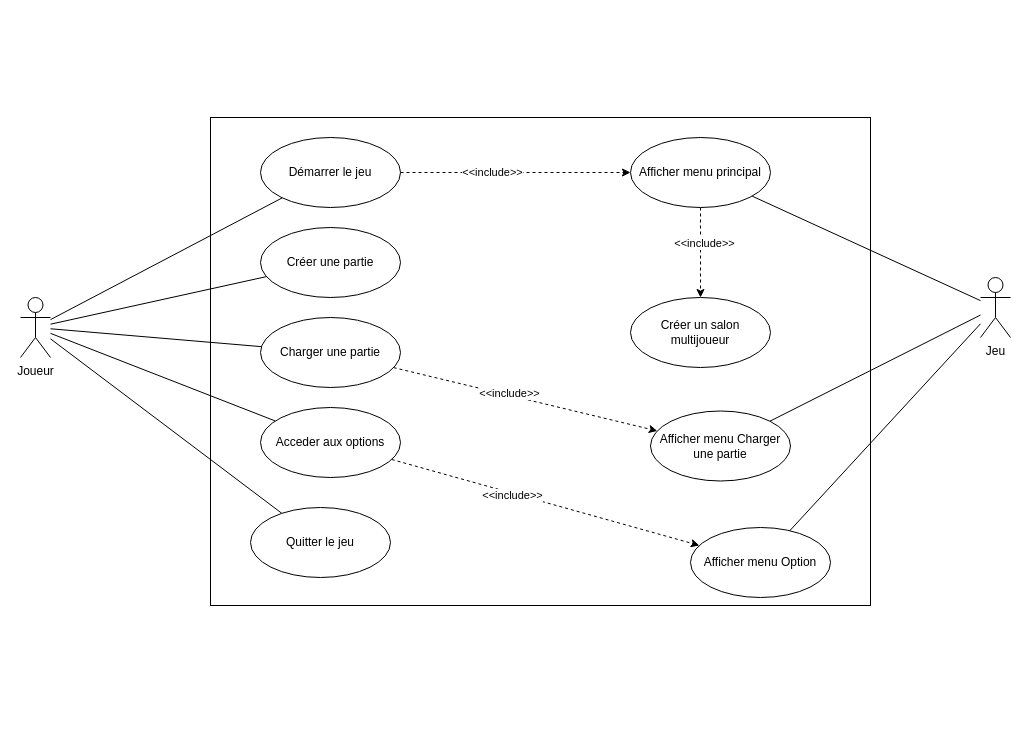
This is Diagrammes/Diagramme cas d'utilisation - Général.drawio from Eoloc/M1MIAGE_ProjetUML, a draw.io file, before an edit. Source tidied: cells renumbered, new cells numbered last; positions are measured from the earlier drawing's top-left corner, leaving out a move shared by most shapes. Both pictures are drawn from the tidied source at 100%, with x=0, y=0 at pixel (20, 117).
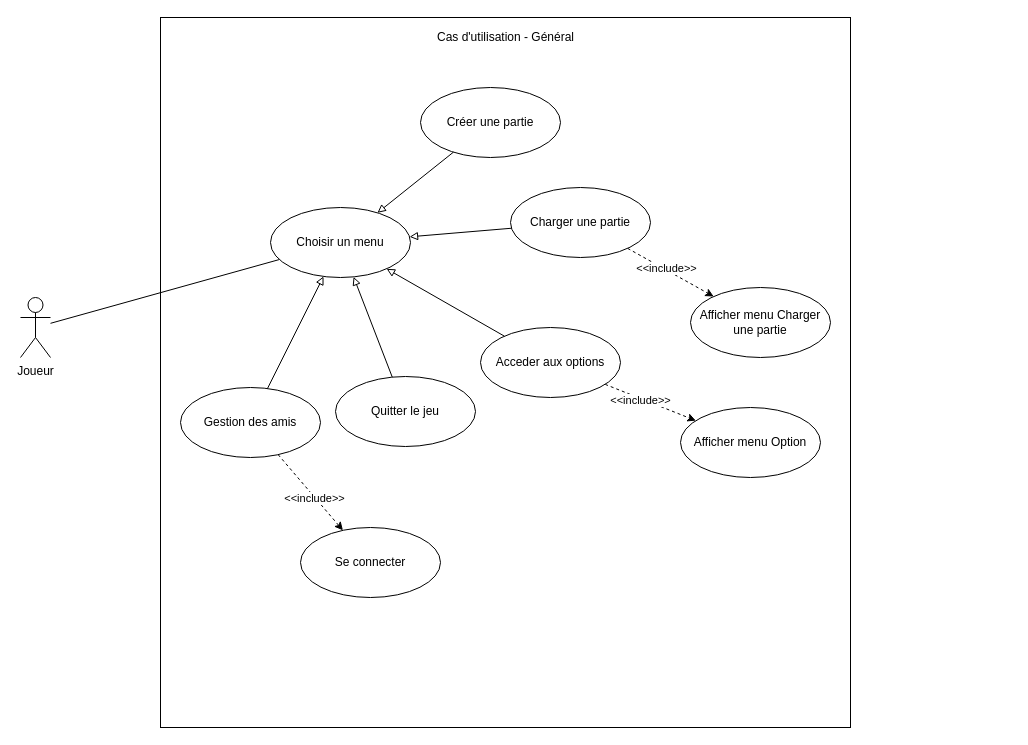
Above is the later version.

Unchanged cells that the change refers to:
```xml
<mxCell id="8" value="Joueur" style="shape=umlActor;verticalLabelPosition=bottom;verticalAlign=top;html=1;outlineConnect=0;" parent="1" vertex="1">
  <mxGeometry y="180" width="30" height="60" as="geometry" />
</mxCell>
```

Diff of the diagram source:
```diff
@@
     <mxCell id="2" style="html=1;" parent="1" vertex="1">
-      <mxGeometry x="190" width="660" height="488" as="geometry" />
+      <mxGeometry x="140" y="-100" width="690" height="710" as="geometry" />
     </mxCell>
-    <mxCell id="3" style="rounded=0;jettySize=auto;html=1;endArrow=none;endFill=0;" parent="1" edge="1" source="8" target="15">
-      <mxGeometry relative="1" as="geometry" />
-    </mxCell>
-    <mxCell id="4" style="edgeStyle=none;rounded=0;jettySize=auto;html=1;endArrow=none;endFill=0;" parent="1" edge="1" source="8" target="23">
-      <mxGeometry relative="1" as="geometry" />
-    </mxCell>
-    <mxCell id="5" style="edgeStyle=none;rounded=0;jettySize=auto;html=1;endArrow=none;endFill=0;" parent="1" edge="1" source="8" target="27">
-      <mxGeometry relative="1" as="geometry" />
-    </mxCell>
-    <mxCell id="6" style="edgeStyle=none;rounded=0;jettySize=auto;html=1;endArrow=none;endFill=0;" parent="1" edge="1" source="8" target="22">
-      <mxGeometry relative="1" as="geometry" />
-    </mxCell>
-    <mxCell id="7" style="edgeStyle=none;rounded=0;jettySize=auto;html=1;endArrow=none;endFill=0;" parent="1" edge="1" source="8" target="28">
-      <mxGeometry relative="1" as="geometry" />
-    </mxCell>
+    <mxCell id="31" style="edgeStyle=none;rounded=0;jettySize=auto;html=1;endArrow=none;endFill=0;" parent="1" edge="1" source="8" target="42">
+      <mxGeometry relative="1" as="geometry" />
+    </mxCell>
@@
-    <mxCell id="9" style="rounded=0;jettySize=auto;html=1;endArrow=none;endFill=0;" parent="1" edge="1" source="12" target="18">
-      <mxGeometry relative="1" as="geometry" />
-    </mxCell>
-    <mxCell id="10" style="rounded=0;jettySize=auto;html=1;endArrow=none;endFill=0;" parent="1" edge="1" source="12" target="29">
-      <mxGeometry relative="1" as="geometry" />
-    </mxCell>
-    <mxCell id="11" style="rounded=0;jettySize=auto;html=1;endArrow=none;endFill=0;" parent="1" edge="1" source="12" target="30">
-      <mxGeometry relative="1" as="geometry" />
-    </mxCell>
-    <mxCell id="12" value="Jeu" style="shape=umlActor;verticalLabelPosition=bottom;verticalAlign=top;html=1;outlineConnect=0;" parent="1" vertex="1">
-      <mxGeometry x="960" y="160" width="30" height="60" as="geometry" />
-    </mxCell>
-    <mxCell id="13" style="edgeStyle=orthogonalEdgeStyle;rounded=0;jettySize=auto;html=1;dashed=1;" parent="1" edge="1" source="15" target="18">
-      <mxGeometry relative="1" as="geometry" />
-    </mxCell>
-    <mxCell id="14" value="&amp;lt;&amp;lt;include&amp;gt;&amp;gt;" style="edgeLabel;html=1;align=center;verticalAlign=middle;" parent="13" vertex="1">
-      <mxGeometry x="-0.21" y="1" relative="1" as="geometry" />
-    </mxCell>
-    <mxCell id="15" value="Démarrer le jeu" style="ellipse;whiteSpace=wrap;html=1;" parent="1" vertex="1">
-      <mxGeometry x="240" y="20" width="140" height="70" as="geometry" />
-    </mxCell>
-    <mxCell id="16" style="edgeStyle=orthogonalEdgeStyle;rounded=0;jettySize=auto;html=1;endArrow=classic;endFill=1;dashed=1;" parent="1" edge="1" source="18" target="19">
-      <mxGeometry relative="1" as="geometry" />
-    </mxCell>
-    <mxCell id="17" value="&amp;lt;&amp;lt;include&amp;gt;&amp;gt;" style="edgeLabel;html=1;align=center;verticalAlign=middle;" parent="16" vertex="1">
-      <mxGeometry x="-0.22" y="3" relative="1" as="geometry" />
-    </mxCell>
-    <mxCell id="18" value="Afficher menu principal" style="ellipse;whiteSpace=wrap;html=1;" parent="1" vertex="1">
-      <mxGeometry x="610" y="20" width="140" height="70" as="geometry" />
-    </mxCell>
-    <mxCell id="19" value="Créer un salon multijoueur" style="ellipse;whiteSpace=wrap;html=1;" parent="1" vertex="1">
-      <mxGeometry x="610" y="180" width="140" height="70" as="geometry" />
-    </mxCell>
@@
     <mxCell id="22" value="Acceder aux options" style="ellipse;whiteSpace=wrap;html=1;" parent="1" vertex="1">
-      <mxGeometry x="240" y="290" width="140" height="70" as="geometry" />
+      <mxGeometry x="460" y="210" width="140" height="70" as="geometry" />
     </mxCell>
     <mxCell id="23" value="Créer une partie" style="ellipse;whiteSpace=wrap;html=1;" parent="1" vertex="1">
-      <mxGeometry x="240" y="110" width="140" height="70" as="geometry" />
+      <mxGeometry x="400" y="-30" width="140" height="70" as="geometry" />
     </mxCell>
@@
     <mxCell id="27" value="Charger une partie" style="ellipse;whiteSpace=wrap;html=1;" parent="1" vertex="1">
-      <mxGeometry x="240" y="200" width="140" height="70" as="geometry" />
+      <mxGeometry x="490" y="70" width="140" height="70" as="geometry" />
     </mxCell>
     <mxCell id="28" value="Quitter le jeu" style="ellipse;whiteSpace=wrap;html=1;" parent="1" vertex="1">
-      <mxGeometry x="230" y="390" width="140" height="70" as="geometry" />
+      <mxGeometry x="315" y="259" width="140" height="70" as="geometry" />
     </mxCell>
     <mxCell id="29" value="Afficher menu Charger une partie" style="ellipse;whiteSpace=wrap;html=1;" parent="1" vertex="1">
-      <mxGeometry x="630" y="293.5" width="140" height="70" as="geometry" />
+      <mxGeometry x="670" y="170" width="140" height="70" as="geometry" />
     </mxCell>
     <mxCell id="30" value="Afficher menu Option" style="ellipse;whiteSpace=wrap;html=1;" parent="1" vertex="1">
-      <mxGeometry x="670" y="410" width="140" height="70" as="geometry" />
+      <mxGeometry x="660" y="290" width="140" height="70" as="geometry" />
     </mxCell>
+    <mxCell id="32" value="Cas d'utilisation - Général" style="text;html=1;align=center;verticalAlign=middle;strokeColor=none;" parent="1" vertex="1">
+      <mxGeometry x="410" y="-90" width="150" height="20" as="geometry" />
+    </mxCell>
+    <mxCell id="33" value="Se connecter" style="ellipse;whiteSpace=wrap;html=1;" parent="1" vertex="1">
+      <mxGeometry x="280" y="410" width="140" height="70" as="geometry" />
+    </mxCell>
+    <mxCell id="34" style="edgeStyle=none;rounded=0;jettySize=auto;html=1;startArrow=none;startFill=0;endArrow=classic;endFill=1;dashed=1;" parent="1" edge="1" source="36" target="33">
+      <mxGeometry relative="1" as="geometry" />
+    </mxCell>
+    <mxCell id="35" value="&amp;lt;&amp;lt;include&amp;gt;&amp;gt;" style="edgeLabel;html=1;align=center;verticalAlign=middle;" parent="34" vertex="1">
+      <mxGeometry x="0.12" y="-1" relative="1" as="geometry" />
+    </mxCell>
+    <mxCell id="36" value="Gestion des amis" style="ellipse;whiteSpace=wrap;html=1;" parent="1" vertex="1">
+      <mxGeometry x="160" y="270" width="140" height="70" as="geometry" />
+    </mxCell>
+    <mxCell id="37" style="edgeStyle=none;rounded=0;jettySize=auto;html=1;endArrow=none;endFill=0;startArrow=block;startFill=0;" parent="1" edge="1" source="42" target="23">
+      <mxGeometry relative="1" as="geometry" />
+    </mxCell>
+    <mxCell id="38" style="edgeStyle=none;rounded=0;jettySize=auto;html=1;startArrow=block;startFill=0;endArrow=none;endFill=0;" parent="1" edge="1" source="42" target="27">
+      <mxGeometry relative="1" as="geometry" />
+    </mxCell>
+    <mxCell id="39" style="edgeStyle=none;rounded=0;jettySize=auto;html=1;startArrow=block;startFill=0;endArrow=none;endFill=0;" parent="1" edge="1" source="42" target="22">
+      <mxGeometry relative="1" as="geometry" />
+    </mxCell>
+    <mxCell id="40" style="edgeStyle=none;rounded=0;jettySize=auto;html=1;startArrow=block;startFill=0;endArrow=none;endFill=0;" parent="1" edge="1" source="42" target="28">
+      <mxGeometry relative="1" as="geometry" />
+    </mxCell>
+    <mxCell id="41" style="rounded=0;jettySize=auto;html=1;endArrow=none;endFill=0;startArrow=block;startFill=0;" parent="1" edge="1" source="42" target="36">
+      <mxGeometry relative="1" as="geometry" />
+    </mxCell>
+    <mxCell id="42" value="Choisir un menu" style="ellipse;whiteSpace=wrap;html=1;" parent="1" vertex="1">
+      <mxGeometry x="250" y="90" width="140" height="70" as="geometry" />
+    </mxCell>
```
